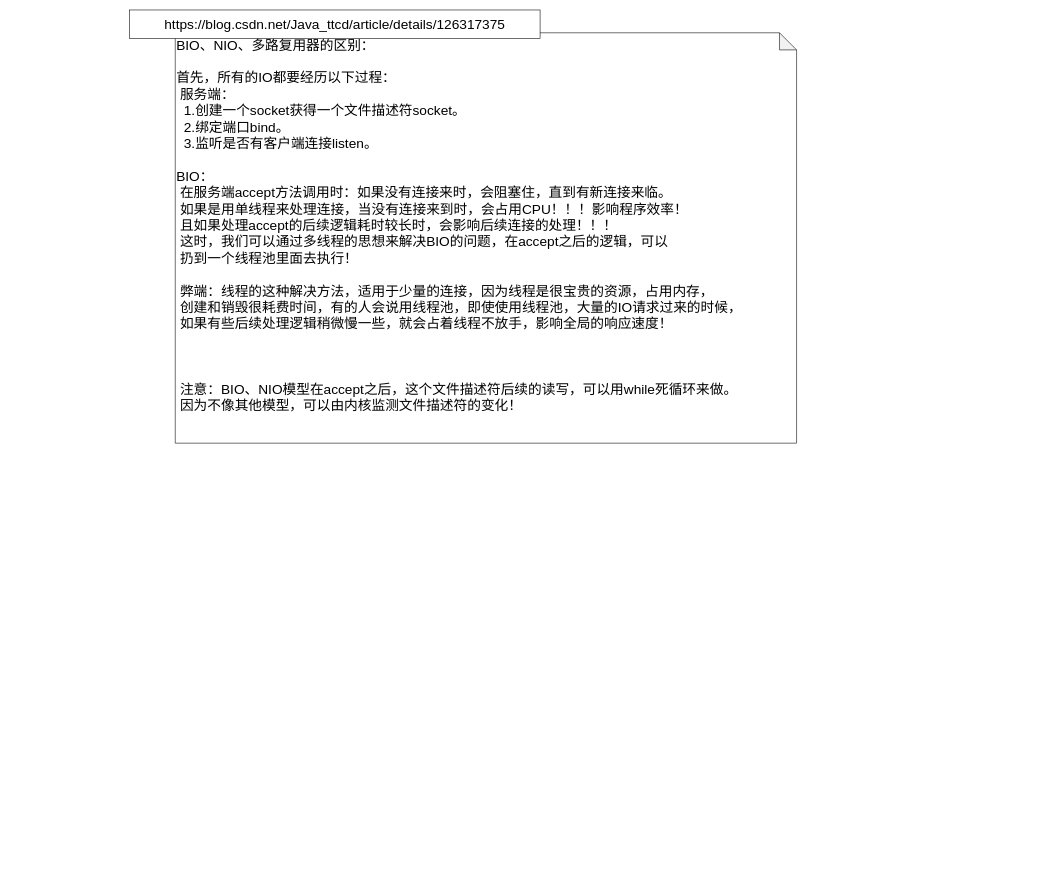
KGwolf/MyDraw keeps this draw.io diagram as Others/IO.drawio. Above is the earlier version. Source tidied: cells renumbered, new cells numbered last; positions are measured from the earlier drawing's top-left corner, leaving out a move shared by most shapes. Both pictures are drawn from the tidied source at 57%, with x=0, y=0 at pixel (129, 10).
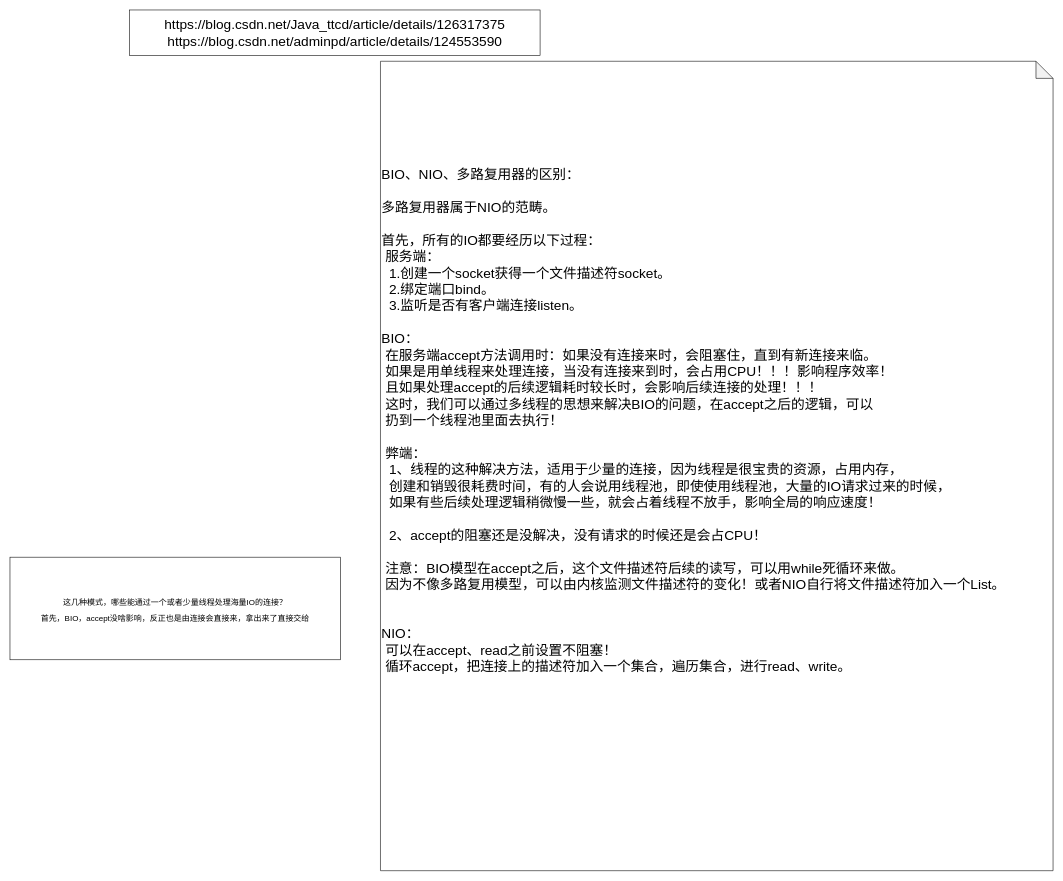
The same diagram, later.

The edit, as a diff of the source:
```diff
@@
 <mxGraphModel>
   <root>
     <mxCell id="0" />
     <mxCell id="1" parent="0" />
-    <mxCell id="2" value="&lt;div style=&quot;&quot;&gt;&lt;span style=&quot;font-size: 24px; background-color: initial;&quot;&gt;BIO、NIO、多路复用器的区别：&lt;/span&gt;&lt;/div&gt;&lt;div style=&quot;&quot;&gt;&lt;span style=&quot;font-size: 24px; background-color: initial;&quot;&gt;&lt;br&gt;&lt;/span&gt;&lt;/div&gt;&lt;div style=&quot;&quot;&gt;&lt;span style=&quot;font-size: 24px;&quot;&gt;首先，所有的IO都要经历以下过程：&lt;/span&gt;&lt;/div&gt;&lt;div style=&quot;&quot;&gt;&lt;span style=&quot;font-size: 24px;&quot;&gt;&lt;span style=&quot;white-space: pre;&quot;&gt; &lt;/span&gt;服务端：&lt;/span&gt;&lt;/div&gt;&lt;div style=&quot;&quot;&gt;&lt;span style=&quot;font-size: 24px;&quot;&gt;&lt;span style=&quot;white-space: pre;&quot;&gt; &lt;/span&gt;&lt;span style=&quot;white-space: pre;&quot;&gt; &lt;/span&gt;1.创建一个socket获得一个文件描述符socket。&lt;br&gt;&lt;/span&gt;&lt;/div&gt;&lt;div style=&quot;&quot;&gt;&lt;span style=&quot;font-size: 24px;&quot;&gt;&lt;span style=&quot;white-space: pre;&quot;&gt; &lt;/span&gt;&lt;span style=&quot;white-space: pre;&quot;&gt; &lt;/span&gt;2.绑定端口bind。&lt;br&gt;&lt;/span&gt;&lt;/div&gt;&lt;div style=&quot;&quot;&gt;&lt;span style=&quot;font-size: 24px;&quot;&gt;&lt;span style=&quot;white-space: pre;&quot;&gt; &lt;/span&gt;&lt;span style=&quot;white-space: pre;&quot;&gt; &lt;/span&gt;3.监听是否有客户端连接listen。&lt;br&gt;&lt;/span&gt;&lt;/div&gt;&lt;div style=&quot;&quot;&gt;&lt;span style=&quot;font-size: 24px;&quot;&gt;&lt;br&gt;&lt;/span&gt;&lt;/div&gt;&lt;div style=&quot;&quot;&gt;&lt;span style=&quot;font-size: 24px;&quot;&gt;BIO：&lt;/span&gt;&lt;/div&gt;&lt;div style=&quot;&quot;&gt;&lt;span style=&quot;font-size: 24px;&quot;&gt;&lt;span style=&quot;white-space: pre;&quot;&gt; &lt;/span&gt;在服务端accept方法调用时：如果没有连接来时，会阻塞住，直到有新连接来临。&lt;br&gt;&lt;/span&gt;&lt;/div&gt;&lt;div style=&quot;&quot;&gt;&lt;span style=&quot;font-size: 24px;&quot;&gt;&lt;span style=&quot;white-space: pre;&quot;&gt; &lt;/span&gt;如果是用单线程来处理连接，当没有连接来到时，会占用CPU！！！影响程序效率！&lt;br&gt;&lt;/span&gt;&lt;/div&gt;&lt;div style=&quot;&quot;&gt;&lt;span style=&quot;font-size: 24px;&quot;&gt;&lt;span style=&quot;white-space: pre;&quot;&gt; &lt;/span&gt;且如果处理accept的后续逻辑耗时较长时，会影响后续连接的处理！！！&lt;br&gt;&lt;/span&gt;&lt;/div&gt;&lt;div style=&quot;&quot;&gt;&lt;span style=&quot;font-size: 24px;&quot;&gt;&lt;span style=&quot;white-space: pre;&quot;&gt; &lt;/span&gt;这时，我们可以通过多线程的思想来解决BIO的问题，在accept之后的逻辑，可以&lt;br&gt;&lt;/span&gt;&lt;/div&gt;&lt;div style=&quot;&quot;&gt;&lt;span style=&quot;font-size: 24px;&quot;&gt;&lt;span style=&quot;white-space: pre;&quot;&gt; &lt;/span&gt;扔到一个线程池里面去执行！&lt;br&gt;&lt;/span&gt;&lt;/div&gt;&lt;div style=&quot;&quot;&gt;&lt;span style=&quot;font-size: 24px;&quot;&gt;&lt;br&gt;&lt;/span&gt;&lt;/div&gt;&lt;div style=&quot;&quot;&gt;&lt;span style=&quot;font-size: 24px;&quot;&gt;&lt;span style=&quot;white-space: pre;&quot;&gt; &lt;/span&gt;弊端：线程的这种解决方法，适用于少量的连接，因为线程是很宝贵的资源，占用内存，&lt;/span&gt;&lt;/div&gt;&lt;div style=&quot;&quot;&gt;&lt;span style=&quot;font-size: 24px;&quot;&gt;&lt;span style=&quot;white-space: pre;&quot;&gt; &lt;/span&gt;创建和销毁很耗费时间，有的人会说用线程池，即使使用线程池，大量的IO请求过来的时候，&lt;br&gt;&lt;/span&gt;&lt;/div&gt;&lt;div style=&quot;&quot;&gt;&lt;span style=&quot;font-size: 24px;&quot;&gt;&lt;span style=&quot;white-space: pre;&quot;&gt; &lt;/span&gt;如果有些后续处理逻辑稍微慢一些，就会占着线程不放手，影响全局的响应速度！&lt;br&gt;&lt;/span&gt;&lt;/div&gt;&lt;div style=&quot;&quot;&gt;&lt;span style=&quot;font-size: 24px;&quot;&gt;&lt;br&gt;&lt;/span&gt;&lt;/div&gt;&lt;div style=&quot;&quot;&gt;&lt;span style=&quot;font-size: 24px;&quot;&gt;&lt;br&gt;&lt;/span&gt;&lt;/div&gt;&lt;div style=&quot;&quot;&gt;&lt;span style=&quot;font-size: 24px;&quot;&gt;&lt;br&gt;&lt;/span&gt;&lt;/div&gt;&lt;div style=&quot;&quot;&gt;&lt;span style=&quot;font-size: 24px;&quot;&gt;&lt;span style=&quot;white-space: pre;&quot;&gt; &lt;/span&gt;注意：BIO、NIO模型在accept之后，这个文件描述符后续的读写，可以用while死循环来做。&lt;br&gt;&lt;/span&gt;&lt;/div&gt;&lt;div style=&quot;&quot;&gt;&lt;span style=&quot;font-size: 24px;&quot;&gt;&lt;span style=&quot;white-space: pre;&quot;&gt; &lt;/span&gt;因为不像其他模型，可以由内核监测文件描述符的变化！&lt;br&gt;&lt;/span&gt;&lt;/div&gt;&lt;div style=&quot;&quot;&gt;&lt;span style=&quot;font-size: 24px;&quot;&gt;&lt;br&gt;&lt;/span&gt;&lt;/div&gt;&lt;div style=&quot;&quot;&gt;&lt;span style=&quot;white-space: pre;&quot;&gt; &lt;/span&gt;&lt;span style=&quot;white-space: pre;&quot;&gt; &lt;/span&gt;&lt;br&gt;&lt;/div&gt;" style="shape=note;whiteSpace=wrap;html=1;backgroundOutline=1;darkOpacity=0.05;align=left;" parent="1" vertex="1">
-      <mxGeometry x="80" y="40" width="1090" height="720" as="geometry" />
+    <mxCell id="2" value="&lt;div style=&quot;&quot;&gt;&lt;span style=&quot;font-size: 24px; background-color: initial;&quot;&gt;BIO、NIO、多路复用器的区别：&lt;/span&gt;&lt;/div&gt;&lt;div style=&quot;&quot;&gt;&lt;span style=&quot;font-size: 24px; background-color: initial;&quot;&gt;&lt;br&gt;&lt;/span&gt;&lt;/div&gt;&lt;div style=&quot;&quot;&gt;&lt;span style=&quot;font-size: 24px; background-color: initial;&quot;&gt;多路复用器属于NIO的范畴。&lt;/span&gt;&lt;/div&gt;&lt;div style=&quot;&quot;&gt;&lt;span style=&quot;font-size: 24px; background-color: initial;&quot;&gt;&lt;br&gt;&lt;/span&gt;&lt;/div&gt;&lt;div style=&quot;&quot;&gt;&lt;span style=&quot;font-size: 24px;&quot;&gt;首先，所有的IO都要经历以下过程：&lt;/span&gt;&lt;/div&gt;&lt;div style=&quot;&quot;&gt;&lt;span style=&quot;font-size: 24px;&quot;&gt;&lt;span style=&quot;white-space: pre;&quot;&gt; &lt;/span&gt;服务端：&lt;/span&gt;&lt;/div&gt;&lt;div style=&quot;&quot;&gt;&lt;span style=&quot;font-size: 24px;&quot;&gt;&lt;span style=&quot;white-space: pre;&quot;&gt; &lt;/span&gt;&lt;span style=&quot;white-space: pre;&quot;&gt; &lt;/span&gt;1.创建一个socket获得一个文件描述符socket。&lt;br&gt;&lt;/span&gt;&lt;/div&gt;&lt;div style=&quot;&quot;&gt;&lt;span style=&quot;font-size: 24px;&quot;&gt;&lt;span style=&quot;white-space: pre;&quot;&gt; &lt;/span&gt;&lt;span style=&quot;white-space: pre;&quot;&gt; &lt;/span&gt;2.绑定端口bind。&lt;br&gt;&lt;/span&gt;&lt;/div&gt;&lt;div style=&quot;&quot;&gt;&lt;span style=&quot;font-size: 24px;&quot;&gt;&lt;span style=&quot;white-space: pre;&quot;&gt; &lt;/span&gt;&lt;span style=&quot;white-space: pre;&quot;&gt; &lt;/span&gt;3.监听是否有客户端连接listen。&lt;br&gt;&lt;/span&gt;&lt;/div&gt;&lt;div style=&quot;&quot;&gt;&lt;span style=&quot;font-size: 24px;&quot;&gt;&lt;br&gt;&lt;/span&gt;&lt;/div&gt;&lt;div style=&quot;&quot;&gt;&lt;span style=&quot;font-size: 24px;&quot;&gt;BIO：&lt;/span&gt;&lt;/div&gt;&lt;div style=&quot;&quot;&gt;&lt;span style=&quot;font-size: 24px;&quot;&gt;&lt;span style=&quot;white-space: pre;&quot;&gt; &lt;/span&gt;在服务端accept方法调用时：如果没有连接来时，会阻塞住，直到有新连接来临。&lt;br&gt;&lt;/span&gt;&lt;/div&gt;&lt;div style=&quot;&quot;&gt;&lt;span style=&quot;font-size: 24px;&quot;&gt;&lt;span style=&quot;white-space: pre;&quot;&gt; &lt;/span&gt;如果是用单线程来处理连接，当没有连接来到时，会占用CPU！！！影响程序效率！&lt;br&gt;&lt;/span&gt;&lt;/div&gt;&lt;div style=&quot;&quot;&gt;&lt;span style=&quot;font-size: 24px;&quot;&gt;&lt;span style=&quot;white-space: pre;&quot;&gt; &lt;/span&gt;且如果处理accept的后续逻辑耗时较长时，会影响后续连接的处理！！！&lt;br&gt;&lt;/span&gt;&lt;/div&gt;&lt;div style=&quot;&quot;&gt;&lt;span style=&quot;font-size: 24px;&quot;&gt;&lt;span style=&quot;white-space: pre;&quot;&gt; &lt;/span&gt;这时，我们可以通过多线程的思想来解决BIO的问题，在accept之后的逻辑，可以&lt;br&gt;&lt;/span&gt;&lt;/div&gt;&lt;div style=&quot;&quot;&gt;&lt;span style=&quot;font-size: 24px;&quot;&gt;&lt;span style=&quot;white-space: pre;&quot;&gt; &lt;/span&gt;扔到一个线程池里面去执行！&lt;br&gt;&lt;/span&gt;&lt;/div&gt;&lt;div style=&quot;&quot;&gt;&lt;span style=&quot;font-size: 24px;&quot;&gt;&lt;br&gt;&lt;/span&gt;&lt;/div&gt;&lt;div style=&quot;&quot;&gt;&lt;span style=&quot;font-size: 24px;&quot;&gt;&lt;span style=&quot;white-space: pre;&quot;&gt; &lt;/span&gt;弊端：&lt;/span&gt;&lt;/div&gt;&lt;div style=&quot;&quot;&gt;&lt;span style=&quot;font-size: 24px;&quot;&gt;&lt;span style=&quot;white-space: pre;&quot;&gt; &lt;/span&gt;&lt;span style=&quot;white-space: pre;&quot;&gt; &lt;/span&gt;1、线程的这种解决方法，适用于少量的连接，因为线程是很宝贵的资源，占用内存，&lt;/span&gt;&lt;/div&gt;&lt;div style=&quot;&quot;&gt;&lt;span style=&quot;background-color: initial; font-size: 24px;&quot;&gt;&lt;span style=&quot;white-space: pre;&quot;&gt; &lt;/span&gt;&lt;span style=&quot;white-space: pre;&quot;&gt; &lt;/span&gt;创建和销毁很耗费时间，有的人会说用线程池，即使使用线程池，大量的IO请求过来的时候，&lt;/span&gt;&lt;/div&gt;&lt;div style=&quot;&quot;&gt;&lt;span style=&quot;background-color: initial; font-size: 24px;&quot;&gt;&lt;span style=&quot;white-space: pre;&quot;&gt; &lt;/span&gt;&lt;span style=&quot;white-space: pre;&quot;&gt; &lt;/span&gt;如果有些后续处理逻辑稍微慢一些，就会占着线程不放手，影响全局的响应速度！&lt;/span&gt;&lt;/div&gt;&lt;div style=&quot;&quot;&gt;&lt;span style=&quot;font-size: 24px; background-color: initial;&quot;&gt;&lt;br&gt;&lt;/span&gt;&lt;/div&gt;&lt;div style=&quot;&quot;&gt;&lt;span style=&quot;font-size: 24px; background-color: initial;&quot;&gt;&lt;span style=&quot;white-space: pre;&quot;&gt; &lt;/span&gt;&lt;span style=&quot;white-space: pre;&quot;&gt; &lt;/span&gt;2、accept的阻塞还是没解决，没有请求的时候还是会占CPU！&lt;/span&gt;&lt;/div&gt;&lt;div style=&quot;&quot;&gt;&lt;span style=&quot;font-size: 24px;&quot;&gt;&lt;br&gt;&lt;/span&gt;&lt;/div&gt;&lt;div style=&quot;&quot;&gt;&lt;span style=&quot;font-size: 24px;&quot;&gt;&lt;span style=&quot;white-space: pre;&quot;&gt; &lt;/span&gt;注意：BIO模型在accept之后，这个文件描述符后续的读写，可以用while死循环来做。&lt;br&gt;&lt;/span&gt;&lt;/div&gt;&lt;div style=&quot;&quot;&gt;&lt;span style=&quot;font-size: 24px;&quot;&gt;&lt;span style=&quot;white-space: pre;&quot;&gt; &lt;/span&gt;因为不像多路复用模型，可以由内核监测文件描述符的变化！或者NIO自行将文件描述符加入一个List。&lt;br&gt;&lt;/span&gt;&lt;/div&gt;&lt;div style=&quot;&quot;&gt;&lt;span style=&quot;font-size: 24px;&quot;&gt;&lt;br&gt;&lt;/span&gt;&lt;/div&gt;&lt;div style=&quot;&quot;&gt;&lt;span style=&quot;font-size: 24px;&quot;&gt;&lt;br&gt;&lt;/span&gt;&lt;/div&gt;&lt;div style=&quot;&quot;&gt;&lt;span style=&quot;font-size: 24px;&quot;&gt;NIO：&lt;/span&gt;&lt;/div&gt;&lt;div style=&quot;&quot;&gt;&lt;span style=&quot;font-size: 24px;&quot;&gt;&lt;span style=&quot;white-space: pre;&quot;&gt; &lt;/span&gt;可以在accept、read之前设置不阻塞！&lt;br&gt;&lt;/span&gt;&lt;/div&gt;&lt;div style=&quot;&quot;&gt;&lt;span style=&quot;font-size: 24px;&quot;&gt;&lt;span style=&quot;white-space: pre;&quot;&gt; &lt;/span&gt;循环accept，把连接上的描述符加入一个集合，遍历集合，进行read、write。&lt;br&gt;&lt;/span&gt;&lt;/div&gt;&lt;div style=&quot;&quot;&gt;&lt;span style=&quot;font-size: 24px;&quot;&gt;&lt;br&gt;&lt;/span&gt;&lt;/div&gt;&lt;div style=&quot;&quot;&gt;&lt;span style=&quot;font-size: 24px;&quot;&gt;&lt;span style=&quot;white-space: pre;&quot;&gt; &lt;/span&gt;&lt;br&gt;&lt;/span&gt;&lt;/div&gt;&lt;div style=&quot;&quot;&gt;&lt;span style=&quot;font-size: 24px;&quot;&gt;&lt;br&gt;&lt;/span&gt;&lt;/div&gt;&lt;div style=&quot;&quot;&gt;&lt;span style=&quot;font-size: 24px;&quot;&gt;&lt;span style=&quot;white-space: pre;&quot;&gt; &lt;/span&gt;&lt;br&gt;&lt;/span&gt;&lt;/div&gt;&lt;div style=&quot;&quot;&gt;&lt;span style=&quot;font-size: 24px;&quot;&gt;&lt;br&gt;&lt;/span&gt;&lt;/div&gt;&lt;div style=&quot;&quot;&gt;&lt;span style=&quot;white-space: pre;&quot;&gt; &lt;/span&gt;&lt;span style=&quot;white-space: pre;&quot;&gt; &lt;/span&gt;&lt;br&gt;&lt;/div&gt;" style="shape=note;whiteSpace=wrap;html=1;backgroundOutline=1;darkOpacity=0.05;align=left;" parent="1" vertex="1">
+      <mxGeometry x="440" y="90" width="1180" height="1420" as="geometry" />
     </mxCell>
-    <mxCell id="3" value="https://blog.csdn.net/Java_ttcd/article/details/126317375" style="rounded=0;whiteSpace=wrap;html=1;fontSize=24;" parent="1" vertex="1">
-      <mxGeometry width="720" height="50" as="geometry" />
+    <mxCell id="3" value="https://blog.csdn.net/Java_ttcd/article/details/126317375&lt;br&gt;https://blog.csdn.net/adminpd/article/details/124553590" style="rounded=0;whiteSpace=wrap;html=1;fontSize=24;" parent="1" vertex="1">
+      <mxGeometry width="720" height="80" as="geometry" />
     </mxCell>
+    <mxCell id="4" value="&lt;font style=&quot;font-size: 14px;&quot;&gt;这几种模式，哪些能通过一个或者少量线程处理海量IO的连接？&lt;br&gt;首先，BIO，accept没啥影响，反正也是由连接会直接来，拿出来了直接交给&lt;br&gt;&lt;/font&gt;" style="rounded=0;whiteSpace=wrap;html=1;fontSize=24;" parent="1" vertex="1">
+      <mxGeometry x="-210" y="960" width="580" height="180" as="geometry" />
+    </mxCell>
   </root>
 </mxGraphModel>
```
